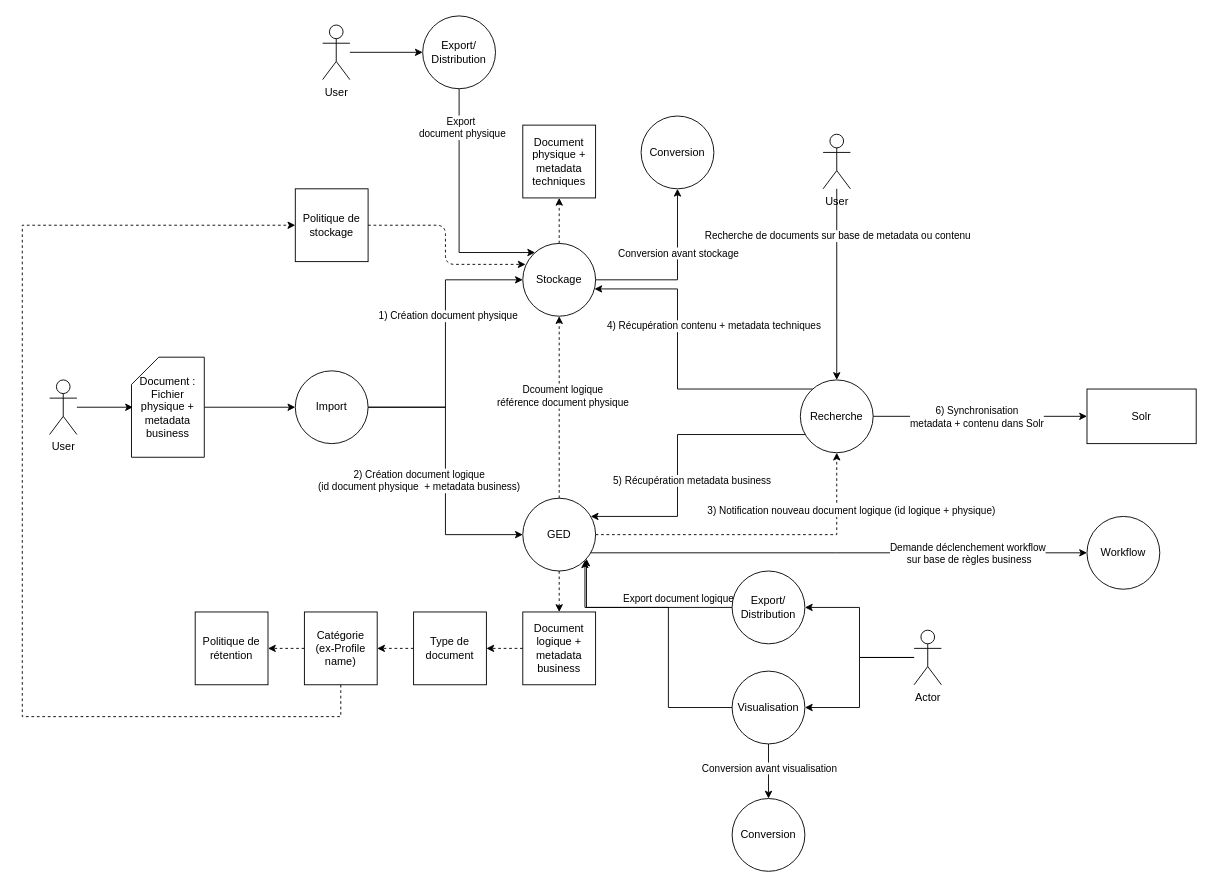
Above: archivage-logique.drawio in omasseau/drawio (draw.io), before the change. Source tidied: cells renumbered, new cells numbered last; positions are measured from the earlier drawing's top-left corner, leaving out a move shared by most shapes. Both pictures are drawn from the tidied source at 91%, with x=0, y=0 at pixel (22, 15).
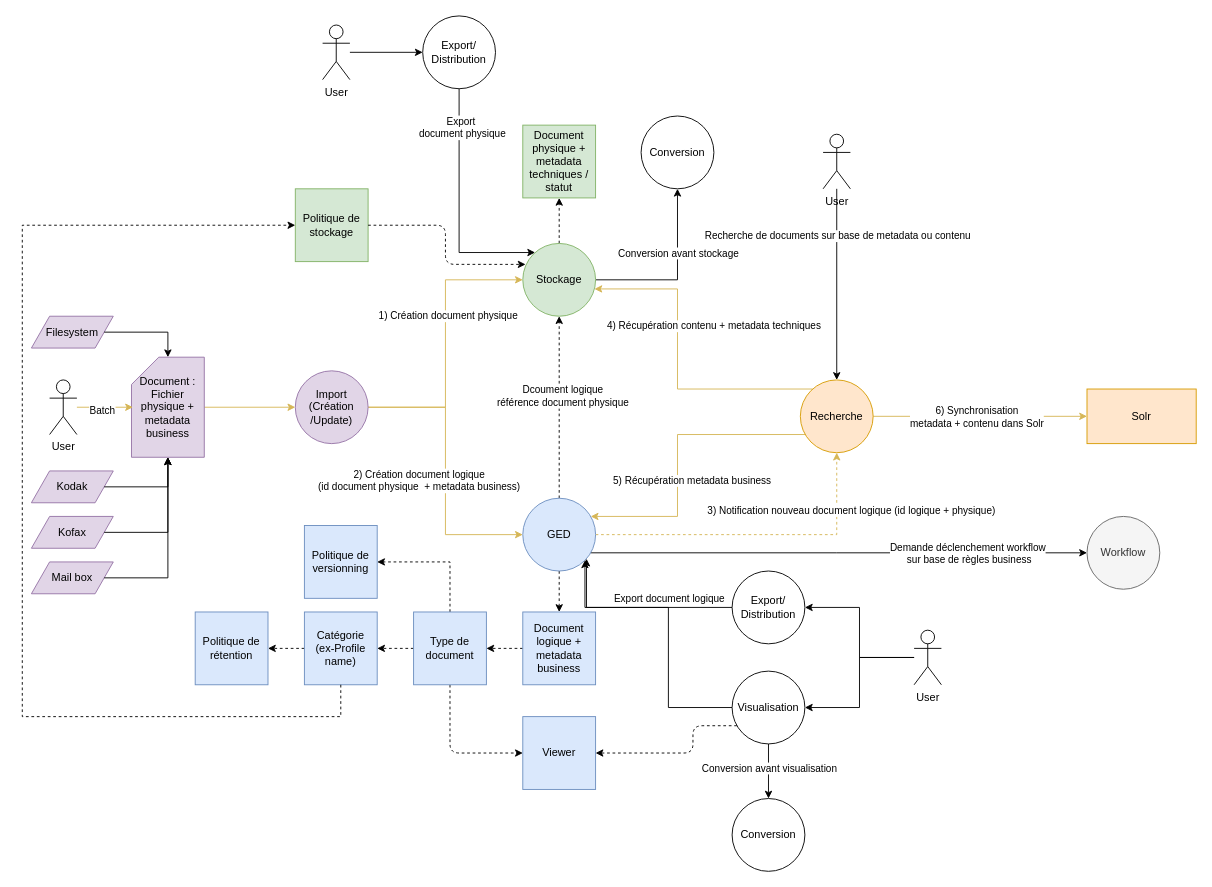
The same diagram, later.

Commit message (it also covers changes not shown here):
Mettre à jour archivage-logique.drawio

Unchanged cells that the change refers to:
```xml
<mxCell id="37" value="User" style="shape=umlActor;verticalLabelPosition=bottom;verticalAlign=top;html=1;outlineConnect=0;" parent="1" vertex="1">
  <mxGeometry x="30" y="400" width="30" height="60" as="geometry" />
</mxCell>
<mxCell id="39" style="edgeStyle=orthogonalEdgeStyle;rounded=0;jettySize=auto;html=1;entryX=1;entryY=1;entryDx=0;entryDy=0;" parent="1" edge="1" source="41" target="18">
  <mxGeometry relative="1" as="geometry">
    <Array as="points">
      <mxPoint x="618" y="650" />
    </Array>
  </mxGeometry>
</mxCell>
<mxCell id="49" value="Visualisation" style="ellipse;whiteSpace=wrap;html=1;" parent="1" vertex="1">
  <mxGeometry x="780" y="720" width="80" height="80" as="geometry" />
</mxCell>
```

Change to the diagram source:
```diff
@@
-    <mxCell id="2" style="edgeStyle=orthogonalEdgeStyle;rounded=0;jettySize=auto;html=1;entryX=0;entryY=0.5;entryDx=0;entryDy=0;" parent="1" edge="1" source="6" target="10">
+    <mxCell id="2" style="edgeStyle=orthogonalEdgeStyle;rounded=0;jettySize=auto;html=1;entryX=0;entryY=0.5;entryDx=0;entryDy=0;fillColor=#fff2cc;strokeColor=#d6b656;" parent="1" edge="1" source="6" target="10">
       <mxGeometry relative="1" as="geometry" />
     </mxCell>
@@
-    <mxCell id="4" style="edgeStyle=orthogonalEdgeStyle;rounded=0;jettySize=auto;html=1;entryX=0;entryY=0.5;entryDx=0;entryDy=0;" parent="1" edge="1" source="6" target="18">
+    <mxCell id="4" style="edgeStyle=orthogonalEdgeStyle;rounded=0;jettySize=auto;html=1;entryX=0;entryY=0.5;entryDx=0;entryDy=0;fillColor=#fff2cc;strokeColor=#d6b656;" parent="1" edge="1" source="6" target="18">
       <mxGeometry relative="1" as="geometry" />
     </mxCell>
@@
-    <mxCell id="6" value="Import" style="ellipse;whiteSpace=wrap;html=1;" parent="1" vertex="1">
+    <mxCell id="6" value="Import&lt;br&gt;(Création&lt;br&gt;/Update)" style="ellipse;whiteSpace=wrap;html=1;fillColor=#e1d5e7;strokeColor=#9673a6;" parent="1" vertex="1">
       <mxGeometry x="300" y="390" width="80" height="80" as="geometry" />
     </mxCell>
@@
-    <mxCell id="10" value="Stockage" style="ellipse;whiteSpace=wrap;html=1;" parent="1" vertex="1">
+    <mxCell id="10" value="Stockage" style="ellipse;whiteSpace=wrap;html=1;fillColor=#d5e8d4;strokeColor=#82b366;" parent="1" vertex="1">
       <mxGeometry x="550" y="250" width="80" height="80" as="geometry" />
     </mxCell>
@@
-    <mxCell id="12" style="edgeStyle=orthogonalEdgeStyle;rounded=0;jettySize=auto;html=1;dashed=1;" parent="1" edge="1" source="18" target="25">
+    <mxCell id="12" style="edgeStyle=orthogonalEdgeStyle;rounded=0;jettySize=auto;html=1;dashed=1;fillColor=#fff2cc;strokeColor=#d6b656;" parent="1" edge="1" source="18" target="25">
       <mxGeometry relative="1" as="geometry" />
     </mxCell>
@@
-    <mxCell id="18" value="GED" style="ellipse;whiteSpace=wrap;html=1;" parent="1" vertex="1">
+    <mxCell id="18" value="GED" style="ellipse;whiteSpace=wrap;html=1;fillColor=#dae8fc;strokeColor=#6c8ebf;" parent="1" vertex="1">
       <mxGeometry x="550" y="530" width="80" height="80" as="geometry" />
     </mxCell>
-    <mxCell id="19" style="edgeStyle=orthogonalEdgeStyle;rounded=0;jettySize=auto;html=1;" parent="1" edge="1" source="25" target="32">
+    <mxCell id="19" style="edgeStyle=orthogonalEdgeStyle;rounded=0;jettySize=auto;html=1;fillColor=#fff2cc;strokeColor=#d6b656;" parent="1" edge="1" source="25" target="32">
       <mxGeometry relative="1" as="geometry" />
     </mxCell>
@@
-    <mxCell id="21" style="edgeStyle=orthogonalEdgeStyle;rounded=0;jettySize=auto;html=1;" parent="1" edge="1" source="25" target="10">
+    <mxCell id="21" style="edgeStyle=orthogonalEdgeStyle;rounded=0;jettySize=auto;html=1;fillColor=#fff2cc;strokeColor=#d6b656;" parent="1" edge="1" source="25" target="10">
       <mxGeometry relative="1" as="geometry">
         <Array as="points">
           <mxPoint x="720" y="410" />
           <mxPoint x="720" y="300" />
         </Array>
       </mxGeometry>
     </mxCell>
@@
-    <mxCell id="23" style="edgeStyle=orthogonalEdgeStyle;rounded=0;jettySize=auto;html=1;" parent="1" edge="1" source="25" target="18">
+    <mxCell id="23" style="edgeStyle=orthogonalEdgeStyle;rounded=0;jettySize=auto;html=1;fillColor=#fff2cc;strokeColor=#d6b656;" parent="1" edge="1" source="25" target="18">
       <mxGeometry relative="1" as="geometry">
         <Array as="points">
           <mxPoint x="720" y="460" />
           <mxPoint x="720" y="550" />
         </Array>
       </mxGeometry>
     </mxCell>
@@
-    <mxCell id="25" value="&lt;div&gt;Recherche&lt;/div&gt;" style="ellipse;whiteSpace=wrap;html=1;" parent="1" vertex="1">
+    <mxCell id="25" value="&lt;div&gt;Recherche&lt;/div&gt;" style="ellipse;whiteSpace=wrap;html=1;fillColor=#ffe6cc;strokeColor=#d79b00;" parent="1" vertex="1">
       <mxGeometry x="855" y="400" width="80" height="80" as="geometry" />
     </mxCell>
-    <mxCell id="26" value="Workflow" style="ellipse;whiteSpace=wrap;html=1;" parent="1" vertex="1">
+    <mxCell id="26" value="Workflow" style="ellipse;whiteSpace=wrap;html=1;fillColor=#f5f5f5;strokeColor=#666666;fontColor=#333333;" parent="1" vertex="1">
       <mxGeometry x="1170" y="550" width="80" height="80" as="geometry" />
     </mxCell>
-    <mxCell id="27" style="edgeStyle=orthogonalEdgeStyle;rounded=0;jettySize=auto;html=1;entryX=0;entryY=0.5;entryDx=0;entryDy=0;" parent="1" edge="1" source="28" target="6">
+    <mxCell id="27" style="edgeStyle=orthogonalEdgeStyle;rounded=0;jettySize=auto;html=1;entryX=0;entryY=0.5;entryDx=0;entryDy=0;fillColor=#fff2cc;strokeColor=#d6b656;" parent="1" edge="1" source="28" target="6">
       <mxGeometry relative="1" as="geometry" />
     </mxCell>
-    <mxCell id="28" value="Document : &lt;br&gt;Fichier physique + metadata business" style="shape=card;whiteSpace=wrap;html=1;" parent="1" vertex="1">
+    <mxCell id="28" value="Document : &lt;br&gt;Fichier physique + metadata business" style="shape=card;whiteSpace=wrap;html=1;fillColor=#e1d5e7;strokeColor=#9673a6;" parent="1" vertex="1">
       <mxGeometry x="120" y="375" width="80" height="110" as="geometry" />
     </mxCell>
-    <mxCell id="29" value="Document physique + metadata techniques" style="whiteSpace=wrap;html=1;" parent="1" vertex="1">
+    <mxCell id="29" value="Document physique + metadata techniques / statut" style="whiteSpace=wrap;html=1;fillColor=#d5e8d4;strokeColor=#82b366;" parent="1" vertex="1">
       <mxGeometry x="550" y="120" width="80" height="80" as="geometry" />
     </mxCell>
@@
-    <mxCell id="31" value="Document logique + metadata business" style="whiteSpace=wrap;html=1;" parent="1" vertex="1">
+    <mxCell id="31" value="Document logique + metadata business" style="whiteSpace=wrap;html=1;fillColor=#dae8fc;strokeColor=#6c8ebf;" parent="1" vertex="1">
       <mxGeometry x="550" y="655" width="80" height="80" as="geometry" />
     </mxCell>
-    <mxCell id="32" value="Solr" style="rounded=0;whiteSpace=wrap;html=1;" parent="1" vertex="1">
+    <mxCell id="32" value="Solr" style="rounded=0;whiteSpace=wrap;html=1;fillColor=#ffe6cc;strokeColor=#d79b00;" parent="1" vertex="1">
       <mxGeometry x="1170" y="410" width="120" height="60" as="geometry" />
     </mxCell>
-    <mxCell id="33" value="Politique de stockage" style="whiteSpace=wrap;html=1;" parent="1" vertex="1">
+    <mxCell id="33" value="Politique de stockage" style="whiteSpace=wrap;html=1;fillColor=#d5e8d4;strokeColor=#82b366;" parent="1" vertex="1">
       <mxGeometry x="300" y="190" width="80" height="80" as="geometry" />
     </mxCell>
@@
-    <mxCell id="36" value="Catégorie &lt;br&gt;(ex-Profile name)" style="whiteSpace=wrap;html=1;" parent="1" vertex="1">
+    <mxCell id="36" value="Catégorie &lt;br&gt;(ex-Profile name)" style="whiteSpace=wrap;html=1;fillColor=#dae8fc;strokeColor=#6c8ebf;" parent="1" vertex="1">
       <mxGeometry x="310" y="655" width="80" height="80" as="geometry" />
     </mxCell>
@@
-    <mxCell id="38" style="edgeStyle=orthogonalEdgeStyle;rounded=0;jettySize=auto;html=1;entryX=0.02;entryY=0.5;entryDx=0;entryDy=0;entryPerimeter=0;" parent="1" edge="1" source="37" target="28">
+    <mxCell id="38" style="edgeStyle=orthogonalEdgeStyle;rounded=0;jettySize=auto;html=1;entryX=0.02;entryY=0.5;entryDx=0;entryDy=0;entryPerimeter=0;fillColor=#fff2cc;strokeColor=#d6b656;" parent="1" edge="1" source="37" target="28">
       <mxGeometry relative="1" as="geometry" />
     </mxCell>
+    <mxCell id="63" value="Batch" style="edgeLabel;html=1;align=center;verticalAlign=middle;" parent="38" vertex="1">
+      <mxGeometry x="-0.12" y="-3" relative="1" as="geometry" />
+    </mxCell>
@@
     <mxCell id="40" value="Export document logique" style="edgeLabel;html=1;align=center;verticalAlign=middle;" parent="39" vertex="1">
       <mxGeometry x="-0.75" y="-3" relative="1" as="geometry">
-        <mxPoint x="-33" y="-7" as="offset" />
+        <mxPoint x="-43" y="-7" as="offset" />
       </mxGeometry>
     </mxCell>
@@
+    <mxCell id="64" style="edgeStyle=orthogonalEdgeStyle;rounded=1;jettySize=auto;html=1;curved=0;dashed=1;" parent="1" edge="1" source="49" target="67">
+      <mxGeometry relative="1" as="geometry">
+        <Array as="points">
+          <mxPoint x="737" y="780" />
+          <mxPoint x="737" y="810" />
+        </Array>
+      </mxGeometry>
+    </mxCell>
@@
-    <mxCell id="53" value="Actor" style="shape=umlActor;verticalLabelPosition=bottom;verticalAlign=top;html=1;outlineConnect=0;" parent="1" vertex="1">
+    <mxCell id="53" value="User" style="shape=umlActor;verticalLabelPosition=bottom;verticalAlign=top;html=1;outlineConnect=0;" parent="1" vertex="1">
       <mxGeometry x="980" y="675" width="30" height="60" as="geometry" />
     </mxCell>
@@
+    <mxCell id="65" style="edgeStyle=orthogonalEdgeStyle;rounded=1;jettySize=auto;html=1;entryX=0;entryY=0.5;entryDx=0;entryDy=0;exitX=0.5;exitY=1;exitDx=0;exitDy=0;curved=0;dashed=1;" parent="1" edge="1" source="56" target="67">
+      <mxGeometry relative="1" as="geometry" />
+    </mxCell>
+    <mxCell id="66" style="edgeStyle=orthogonalEdgeStyle;rounded=0;jettySize=auto;html=1;entryX=1;entryY=0.5;entryDx=0;entryDy=0;dashed=1;" parent="1" edge="1" source="56" target="68">
+      <mxGeometry relative="1" as="geometry">
+        <Array as="points">
+          <mxPoint x="470" y="600" />
+        </Array>
+      </mxGeometry>
+    </mxCell>
-    <mxCell id="56" value="Type de document" style="whiteSpace=wrap;html=1;" parent="1" vertex="1">
+    <mxCell id="56" value="Type de document" style="whiteSpace=wrap;html=1;fillColor=#dae8fc;strokeColor=#6c8ebf;" parent="1" vertex="1">
       <mxGeometry x="430" y="655" width="80" height="80" as="geometry" />
     </mxCell>
@@
-    <mxCell id="62" value="Politique de rétention" style="whiteSpace=wrap;html=1;" parent="1" vertex="1">
+    <mxCell id="62" value="Politique de rétention" style="whiteSpace=wrap;html=1;fillColor=#dae8fc;strokeColor=#6c8ebf;" parent="1" vertex="1">
       <mxGeometry x="190" y="655" width="80" height="80" as="geometry" />
     </mxCell>
+    <mxCell id="67" value="Viewer" style="whiteSpace=wrap;html=1;fillColor=#dae8fc;strokeColor=#6c8ebf;" parent="1" vertex="1">
+      <mxGeometry x="550" y="770" width="80" height="80" as="geometry" />
+    </mxCell>
+    <mxCell id="68" value="Politique de versionning" style="whiteSpace=wrap;html=1;fillColor=#dae8fc;strokeColor=#6c8ebf;" parent="1" vertex="1">
+      <mxGeometry x="310" y="560" width="80" height="80" as="geometry" />
+    </mxCell>
+    <mxCell id="69" value="&lt;div&gt;Filesystem&lt;/div&gt;" style="shape=parallelogram;perimeter=parallelogramPerimeter;whiteSpace=wrap;html=1;fixedSize=1;fillColor=#e1d5e7;strokeColor=#9673a6;" parent="1" vertex="1">
+      <mxGeometry x="10" y="330" width="90" height="35" as="geometry" />
+    </mxCell>
+    <mxCell id="70" value="Kodak" style="shape=parallelogram;perimeter=parallelogramPerimeter;whiteSpace=wrap;html=1;fixedSize=1;fillColor=#e1d5e7;strokeColor=#9673a6;" parent="1" vertex="1">
+      <mxGeometry x="10" y="500" width="90" height="35" as="geometry" />
+    </mxCell>
+    <mxCell id="71" value="Kofax" style="shape=parallelogram;perimeter=parallelogramPerimeter;whiteSpace=wrap;html=1;fixedSize=1;fillColor=#e1d5e7;strokeColor=#9673a6;" parent="1" vertex="1">
+      <mxGeometry x="10" y="550" width="90" height="35" as="geometry" />
+    </mxCell>
+    <mxCell id="72" style="edgeStyle=orthogonalEdgeStyle;rounded=0;jettySize=auto;html=1;entryX=0.5;entryY=1;entryDx=0;entryDy=0;entryPerimeter=0;" parent="1" edge="1" source="70" target="28">
+      <mxGeometry relative="1" as="geometry" />
+    </mxCell>
+    <mxCell id="73" style="edgeStyle=orthogonalEdgeStyle;rounded=0;jettySize=auto;html=1;entryX=0.5;entryY=1;entryDx=0;entryDy=0;entryPerimeter=0;" parent="1" edge="1" source="71" target="28">
+      <mxGeometry relative="1" as="geometry" />
+    </mxCell>
+    <mxCell id="74" style="edgeStyle=orthogonalEdgeStyle;rounded=0;jettySize=auto;html=1;entryX=0.5;entryY=0;entryDx=0;entryDy=0;entryPerimeter=0;" parent="1" edge="1" source="69" target="28">
+      <mxGeometry relative="1" as="geometry" />
+    </mxCell>
+    <mxCell id="75" value="Mail box" style="shape=parallelogram;perimeter=parallelogramPerimeter;whiteSpace=wrap;html=1;fixedSize=1;fillColor=#e1d5e7;strokeColor=#9673a6;" parent="1" vertex="1">
+      <mxGeometry x="10" y="600" width="90" height="35" as="geometry" />
+    </mxCell>
+    <mxCell id="76" style="edgeStyle=orthogonalEdgeStyle;rounded=0;jettySize=auto;html=1;entryX=0.5;entryY=1;entryDx=0;entryDy=0;entryPerimeter=0;" parent="1" edge="1" source="75" target="28">
+      <mxGeometry relative="1" as="geometry" />
+    </mxCell>
```
